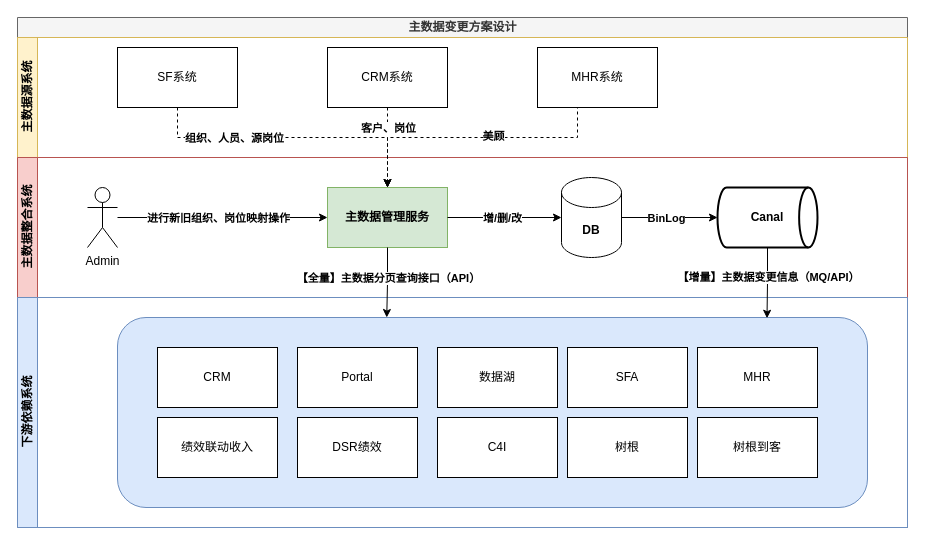
Above: 研发侧统筹流程汇总.drawio in 18857545022/- (draw.io), before the change. Source tidied: cells renumbered, new cells numbered last; positions are measured from the earlier drawing's top-left corner, leaving out a move shared by most shapes. Both pictures are drawn from the tidied source at 100%, with x=0, y=0 at pixel (17, 17).
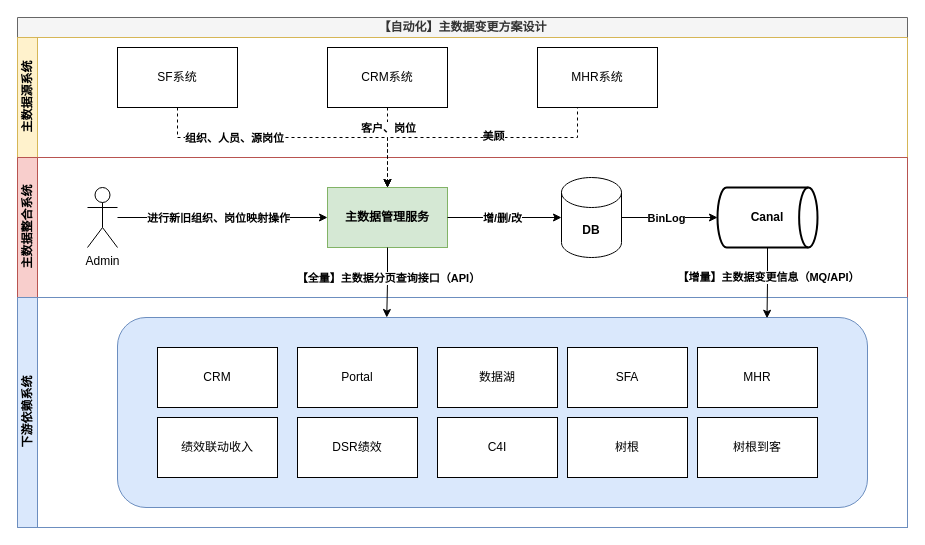
Above is the later version.

Commit message (it also covers changes not shown here):
更新研发侧统筹流程汇总.drawio

Diff of the diagram source:
```diff
@@
-    <mxCell id="2" value="主数据变更方案设计" style="swimlane;horizontal=1;startSize=20;html=1;fillColor=#f5f5f5;strokeColor=#666666;fontColor=#333333;" parent="1" vertex="1">
+    <mxCell id="2" value="【自动化】主数据变更方案设计" style="swimlane;horizontal=1;startSize=20;html=1;fillColor=#f5f5f5;strokeColor=#666666;fontColor=#333333;" parent="1" vertex="1">
       <mxGeometry width="890" height="510" as="geometry" />
     </mxCell>
```
